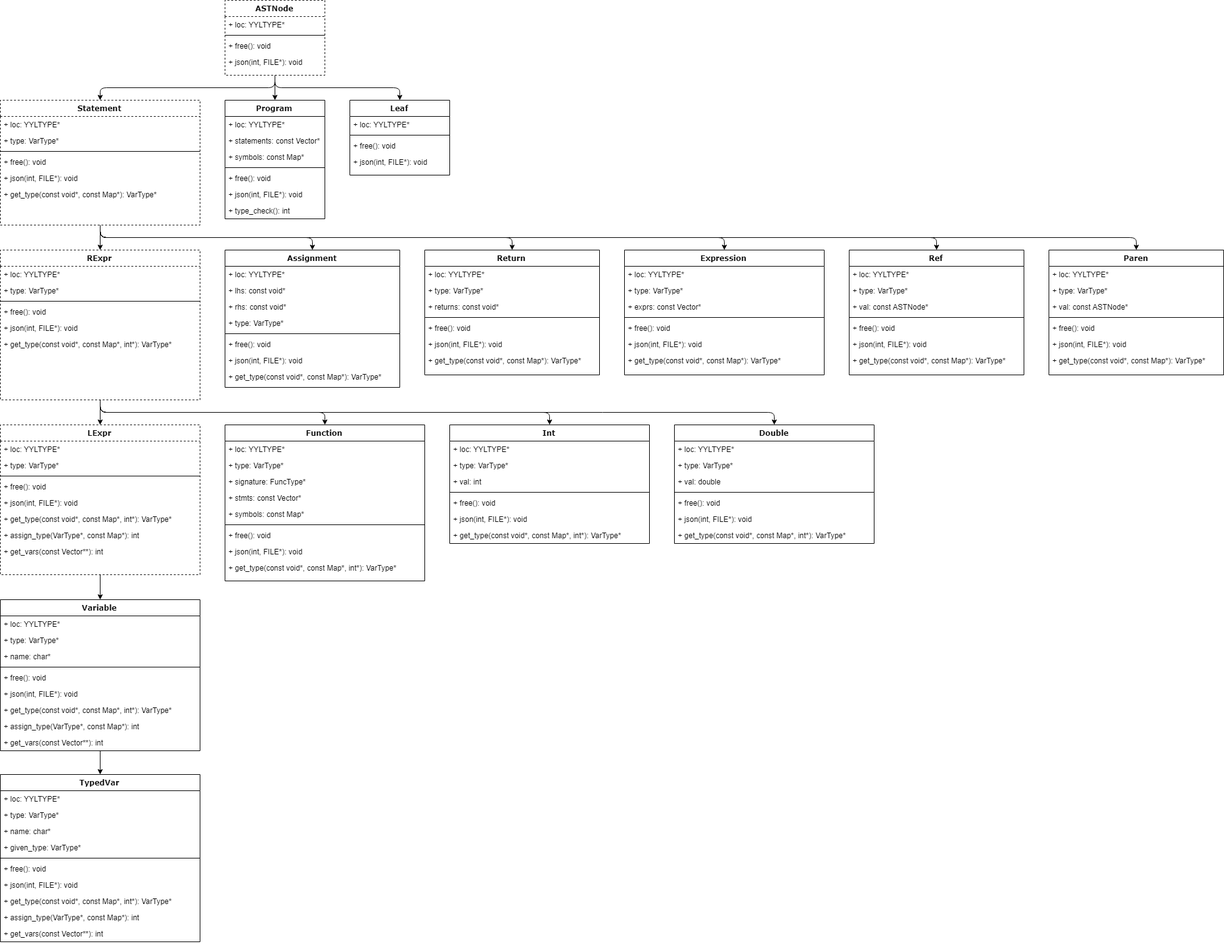
This is doc/ASTHierarchy.png from taylor-santos/Tlang, a draw.io export, as it was before one commit. Source tidied: cells renumbered, new cells last; positions are measured from the earlier drawing's top-left corner, leaving out a move shared by most shapes.
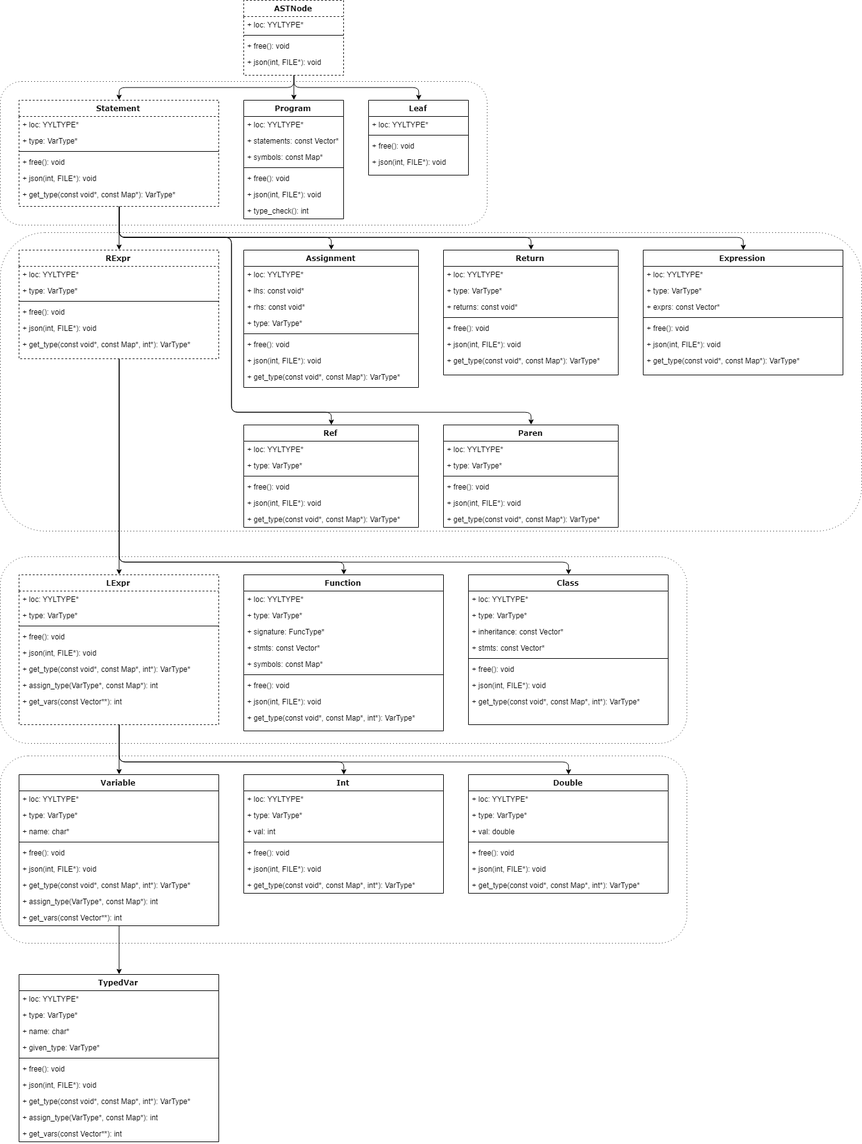
Above is the later version.

What changed in the source:
```diff
@@ -4,2 +4,8 @@
     <mxCell id="1" parent="0" />
+    <mxCell id="146" style="rounded=1;whiteSpace=wrap;html=1;fillColor=none;dashed=1;dashPattern=1 4;" parent="1" vertex="1">
+      <mxGeometry x="-30" y="891" width="1100" height="299" as="geometry" />
+    </mxCell>
+    <mxCell id="147" style="rounded=1;whiteSpace=wrap;html=1;fillColor=none;dashed=1;dashPattern=1 4;" parent="1" vertex="1">
+      <mxGeometry x="-30" y="372" width="1380" height="478" as="geometry" />
+    </mxCell>
     <mxCell id="2" style="edgeStyle=orthogonalEdgeStyle;rounded=1;jettySize=auto;html=1;exitX=0.5;exitY=1;exitDx=0;exitDy=0;entryX=0.5;entryY=0;entryDx=0;entryDy=0;" parent="1" edge="1" source="5" target="16">
@@ -32,18 +38,47 @@
     <mxCell id="11" style="edgeStyle=orthogonalEdgeStyle;rounded=1;jettySize=auto;html=1;exitX=0.5;exitY=1;exitDx=0;exitDy=0;entryX=0.5;entryY=0;entryDx=0;entryDy=0;" parent="1" edge="1" source="16" target="23">
-      <mxGeometry relative="1" as="geometry" />
+      <mxGeometry relative="1" as="geometry">
+        <Array as="points">
+          <mxPoint x="160" y="380" />
+          <mxPoint x="500" y="380" />
+        </Array>
+      </mxGeometry>
     </mxCell>
     <mxCell id="12" style="edgeStyle=orthogonalEdgeStyle;rounded=1;jettySize=auto;html=1;exitX=0.5;exitY=1;exitDx=0;exitDy=0;entryX=0.5;entryY=0;entryDx=0;entryDy=0;" parent="1" edge="1" source="16" target="107">
-      <mxGeometry relative="1" as="geometry" />
+      <mxGeometry relative="1" as="geometry">
+        <Array as="points">
+          <mxPoint x="160" y="380" />
+          <mxPoint x="820" y="380" />
+        </Array>
+      </mxGeometry>
     </mxCell>
     <mxCell id="13" style="edgeStyle=orthogonalEdgeStyle;rounded=1;jettySize=auto;html=1;exitX=0.5;exitY=1;exitDx=0;exitDy=0;" parent="1" edge="1" source="16" target="125">
-      <mxGeometry relative="1" as="geometry" />
+      <mxGeometry relative="1" as="geometry">
+        <Array as="points">
+          <mxPoint x="160" y="380" />
+          <mxPoint x="1160" y="380" />
+        </Array>
+      </mxGeometry>
     </mxCell>
     <mxCell id="14" style="edgeStyle=orthogonalEdgeStyle;rounded=1;jettySize=auto;html=1;exitX=0.5;exitY=1;exitDx=0;exitDy=0;" parent="1" edge="1" source="16" target="32">
-      <mxGeometry relative="1" as="geometry" />
+      <mxGeometry relative="1" as="geometry">
+        <Array as="points">
+          <mxPoint x="160" y="380" />
+          <mxPoint x="340" y="380" />
+          <mxPoint x="340" y="660" />
+          <mxPoint x="500" y="660" />
+        </Array>
+      </mxGeometry>
     </mxCell>
     <mxCell id="15" style="edgeStyle=orthogonalEdgeStyle;rounded=1;jettySize=auto;html=1;exitX=0.5;exitY=1;exitDx=0;exitDy=0;entryX=0.5;entryY=0;entryDx=0;entryDy=0;" parent="1" edge="1" source="16" target="138">
-      <mxGeometry relative="1" as="geometry" />
+      <mxGeometry relative="1" as="geometry">
+        <Array as="points">
+          <mxPoint x="160" y="380" />
+          <mxPoint x="340" y="380" />
+          <mxPoint x="340" y="660" />
+          <mxPoint x="820" y="660" />
+        </Array>
+      </mxGeometry>
     </mxCell>
     <mxCell id="16" value="Statement" style="swimlane;html=1;fontStyle=1;align=center;verticalAlign=top;horizontal=1;startSize=26;swimlaneFillColor=#ffffff;rounded=0;shadow=0;comic=0;labelBackgroundColor=none;strokeColor=#000000;strokeWidth=1;fillColor=none;fontFamily=Verdana;fontSize=12;fontColor=#000000;dashed=1;" parent="1" vertex="1">
-      <mxGeometry y="160" width="320" height="200" as="geometry" />
+      <mxGeometry y="160" width="320" height="170" as="geometry" />
     </mxCell>
@@ -95,3 +130,3 @@
     <mxCell id="32" value="Ref" style="swimlane;html=1;fontStyle=1;align=center;verticalAlign=top;horizontal=1;startSize=26;swimlaneFillColor=#ffffff;rounded=0;shadow=0;comic=0;labelBackgroundColor=none;strokeColor=#000000;strokeWidth=1;fillColor=none;fontFamily=Verdana;fontSize=12;fontColor=#000000;" parent="1" vertex="1">
-      <mxGeometry x="1360" y="400" width="280" height="200" as="geometry" />
+      <mxGeometry x="360" y="680" width="280" height="164" as="geometry" />
     </mxCell>
@@ -103,16 +138,13 @@
     </mxCell>
-    <mxCell id="35" value="+ val: const ASTNode*&lt;br&gt;" style="text;html=1;strokeColor=none;fillColor=none;align=left;verticalAlign=top;spacingLeft=4;spacingRight=4;whiteSpace=wrap;overflow=hidden;" parent="32" vertex="1">
-      <mxGeometry y="78" width="280" height="26" as="geometry" />
-    </mxCell>
     <mxCell id="36" style="line;html=1;strokeWidth=1;fillColor=none;align=left;verticalAlign=middle;spacingTop=-1;spacingLeft=3;spacingRight=3;labelPosition=right;" parent="32" vertex="1">
-      <mxGeometry y="104" width="280" height="8" as="geometry" />
+      <mxGeometry y="78" width="280" height="8" as="geometry" />
     </mxCell>
     <mxCell id="37" value="+ free(): void" style="text;html=1;strokeColor=none;fillColor=none;align=left;verticalAlign=top;spacingLeft=4;spacingRight=4;whiteSpace=wrap;overflow=hidden;" parent="32" vertex="1">
-      <mxGeometry y="112" width="280" height="26" as="geometry" />
+      <mxGeometry y="86" width="280" height="26" as="geometry" />
     </mxCell>
     <mxCell id="38" value="+ json(int, FILE*): void&lt;br&gt;&lt;br&gt;" style="text;html=1;strokeColor=none;fillColor=none;align=left;verticalAlign=top;spacingLeft=4;spacingRight=4;whiteSpace=wrap;overflow=hidden;" parent="32" vertex="1">
-      <mxGeometry y="138" width="280" height="26" as="geometry" />
+      <mxGeometry y="112" width="280" height="26" as="geometry" />
     </mxCell>
     <mxCell id="39" value="+ get_type(const void*, const Map*): VarType*&lt;br&gt;" style="text;html=1;strokeColor=none;fillColor=none;align=left;verticalAlign=top;spacingLeft=4;spacingRight=4;whiteSpace=wrap;overflow=hidden;" parent="32" vertex="1">
-      <mxGeometry y="164" width="280" height="26" as="geometry" />
+      <mxGeometry y="138" width="280" height="26" as="geometry" />
     </mxCell>
@@ -146,12 +178,19 @@
     <mxCell id="49" style="edgeStyle=orthogonalEdgeStyle;rounded=1;jettySize=auto;html=1;exitX=0.5;exitY=1;exitDx=0;exitDy=0;entryX=0.5;entryY=0;entryDx=0;entryDy=0;" parent="1" edge="1" source="52" target="115">
-      <mxGeometry relative="1" as="geometry" />
+      <mxGeometry relative="1" as="geometry">
+        <Array as="points">
+          <mxPoint x="160" y="900" />
+          <mxPoint x="520" y="900" />
+        </Array>
+      </mxGeometry>
     </mxCell>
-    <mxCell id="50" style="edgeStyle=orthogonalEdgeStyle;rounded=1;jettySize=auto;html=1;exitX=0.5;exitY=1;exitDx=0;exitDy=0;" parent="1" edge="1" source="52" target="91">
-      <mxGeometry relative="1" as="geometry" />
-    </mxCell>
-    <mxCell id="51" style="edgeStyle=orthogonalEdgeStyle;rounded=1;jettySize=auto;html=1;exitX=0.5;exitY=1;exitDx=0;exitDy=0;entryX=0.5;entryY=0;entryDx=0;entryDy=0;" parent="1" edge="1" source="52" target="99">
-      <mxGeometry relative="1" as="geometry" />
-    </mxCell>
+    <mxCell id="148" style="edgeStyle=orthogonalEdgeStyle;rounded=1;jettySize=auto;html=1;exitX=0.5;exitY=1;exitDx=0;exitDy=0;entryX=0.5;entryY=0;entryDx=0;entryDy=0;" parent="1" edge="1" source="52" target="151">
+      <mxGeometry relative="1" as="geometry">
+        <Array as="points">
+          <mxPoint x="160" y="900" />
+          <mxPoint x="880" y="900" />
+        </Array>
+      </mxGeometry>
+    </mxCell>
     <mxCell id="52" value="RExpr" style="swimlane;html=1;fontStyle=1;align=center;verticalAlign=top;horizontal=1;startSize=26;swimlaneFillColor=#ffffff;rounded=0;shadow=0;comic=0;labelBackgroundColor=none;strokeColor=#000000;strokeWidth=1;fillColor=none;fontFamily=Verdana;fontSize=12;fontColor=#000000;dashed=1;" parent="1" vertex="1">
-      <mxGeometry y="400" width="320" height="240" as="geometry" />
+      <mxGeometry y="400" width="320" height="174" as="geometry" />
     </mxCell>
@@ -178,4 +217,20 @@
     </mxCell>
+    <mxCell id="149" style="edgeStyle=orthogonalEdgeStyle;rounded=1;jettySize=auto;html=1;exitX=0.5;exitY=1;exitDx=0;exitDy=0;" parent="1" edge="1" source="60" target="91">
+      <mxGeometry relative="1" as="geometry">
+        <Array as="points">
+          <mxPoint x="160" y="1220" />
+          <mxPoint x="520" y="1220" />
+        </Array>
+      </mxGeometry>
+    </mxCell>
+    <mxCell id="150" style="edgeStyle=orthogonalEdgeStyle;rounded=1;jettySize=auto;html=1;exitX=0.5;exitY=1;exitDx=0;exitDy=0;" parent="1" edge="1" source="60" target="99">
+      <mxGeometry relative="1" as="geometry">
+        <Array as="points">
+          <mxPoint x="160" y="1220" />
+          <mxPoint x="880" y="1220" />
+        </Array>
+      </mxGeometry>
+    </mxCell>
     <mxCell id="60" value="LExpr" style="swimlane;html=1;fontStyle=1;align=center;verticalAlign=top;horizontal=1;startSize=26;swimlaneFillColor=#ffffff;rounded=0;shadow=0;comic=0;labelBackgroundColor=none;strokeColor=#000000;strokeWidth=1;fillColor=none;fontFamily=Verdana;fontSize=12;fontColor=#000000;dashed=1;" parent="1" vertex="1">
-      <mxGeometry y="680" width="320" height="240" as="geometry" />
+      <mxGeometry y="920" width="320" height="240" as="geometry" />
     </mxCell>
@@ -209,3 +264,3 @@
     <mxCell id="70" value="Variable" style="swimlane;html=1;fontStyle=1;align=center;verticalAlign=top;horizontal=1;startSize=26;swimlaneFillColor=#ffffff;rounded=0;shadow=0;comic=0;labelBackgroundColor=none;strokeColor=#000000;strokeWidth=1;fillColor=none;fontFamily=Verdana;fontSize=12;fontColor=#000000;" parent="1" vertex="1">
-      <mxGeometry y="960" width="320" height="242" as="geometry" />
+      <mxGeometry y="1240" width="320" height="242" as="geometry" />
     </mxCell>
@@ -239,3 +294,3 @@
     <mxCell id="80" value="TypedVar&lt;br&gt;" style="swimlane;html=1;fontStyle=1;align=center;verticalAlign=top;horizontal=1;startSize=26;swimlaneFillColor=#ffffff;rounded=0;shadow=0;comic=0;labelBackgroundColor=none;strokeColor=#000000;strokeWidth=1;fillColor=none;fontFamily=Verdana;fontSize=12;fontColor=#000000;" parent="1" vertex="1">
-      <mxGeometry y="1240" width="320" height="268" as="geometry" />
+      <mxGeometry y="1560" width="320" height="268" as="geometry" />
     </mxCell>
@@ -272,3 +327,3 @@
     <mxCell id="91" value="Int" style="swimlane;html=1;fontStyle=1;align=center;verticalAlign=top;horizontal=1;startSize=26;swimlaneFillColor=#ffffff;rounded=0;shadow=0;comic=0;labelBackgroundColor=none;strokeColor=#000000;strokeWidth=1;fillColor=none;fontFamily=Verdana;fontSize=12;fontColor=#000000;" parent="1" vertex="1">
-      <mxGeometry x="720" y="680" width="320" height="190" as="geometry" />
+      <mxGeometry x="360" y="1240" width="320" height="190" as="geometry" />
     </mxCell>
@@ -296,3 +351,3 @@
     <mxCell id="99" value="Double&lt;br&gt;" style="swimlane;html=1;fontStyle=1;align=center;verticalAlign=top;horizontal=1;startSize=26;swimlaneFillColor=#ffffff;rounded=0;shadow=0;comic=0;labelBackgroundColor=none;strokeColor=#000000;strokeWidth=1;fillColor=none;fontFamily=Verdana;fontSize=12;fontColor=#000000;" parent="1" vertex="1">
-      <mxGeometry x="1080" y="680" width="320" height="190" as="geometry" />
+      <mxGeometry x="720" y="1240" width="320" height="190" as="geometry" />
     </mxCell>
@@ -344,3 +399,3 @@
     <mxCell id="115" value="Function&lt;br&gt;" style="swimlane;html=1;fontStyle=1;align=center;verticalAlign=top;horizontal=1;startSize=26;swimlaneFillColor=#ffffff;rounded=0;shadow=0;comic=0;labelBackgroundColor=none;strokeColor=#000000;strokeWidth=1;fillColor=none;fontFamily=Verdana;fontSize=12;fontColor=#000000;" parent="1" vertex="1">
-      <mxGeometry x="360" y="680" width="320" height="250" as="geometry" />
+      <mxGeometry x="360" y="920" width="320" height="250" as="geometry" />
     </mxCell>
@@ -413,3 +468,3 @@
     <mxCell id="138" value="Paren" style="swimlane;html=1;fontStyle=1;align=center;verticalAlign=top;horizontal=1;startSize=26;swimlaneFillColor=#ffffff;rounded=0;shadow=0;comic=0;labelBackgroundColor=none;strokeColor=#000000;strokeWidth=1;fillColor=none;fontFamily=Verdana;fontSize=12;fontColor=#000000;" parent="1" vertex="1">
-      <mxGeometry x="1680" y="400" width="280" height="200" as="geometry" />
+      <mxGeometry x="680" y="680" width="280" height="164" as="geometry" />
     </mxCell>
@@ -421,17 +476,47 @@
     </mxCell>
-    <mxCell id="141" value="+ val: const ASTNode*&lt;br&gt;" style="text;html=1;strokeColor=none;fillColor=none;align=left;verticalAlign=top;spacingLeft=4;spacingRight=4;whiteSpace=wrap;overflow=hidden;" parent="138" vertex="1">
-      <mxGeometry y="78" width="280" height="26" as="geometry" />
-    </mxCell>
     <mxCell id="142" style="line;html=1;strokeWidth=1;fillColor=none;align=left;verticalAlign=middle;spacingTop=-1;spacingLeft=3;spacingRight=3;labelPosition=right;" parent="138" vertex="1">
-      <mxGeometry y="104" width="280" height="8" as="geometry" />
+      <mxGeometry y="78" width="280" height="8" as="geometry" />
     </mxCell>
     <mxCell id="143" value="+ free(): void" style="text;html=1;strokeColor=none;fillColor=none;align=left;verticalAlign=top;spacingLeft=4;spacingRight=4;whiteSpace=wrap;overflow=hidden;" parent="138" vertex="1">
-      <mxGeometry y="112" width="280" height="26" as="geometry" />
+      <mxGeometry y="86" width="280" height="26" as="geometry" />
     </mxCell>
     <mxCell id="144" value="+ json(int, FILE*): void&lt;br&gt;&lt;br&gt;" style="text;html=1;strokeColor=none;fillColor=none;align=left;verticalAlign=top;spacingLeft=4;spacingRight=4;whiteSpace=wrap;overflow=hidden;" parent="138" vertex="1">
-      <mxGeometry y="138" width="280" height="26" as="geometry" />
+      <mxGeometry y="112" width="280" height="26" as="geometry" />
     </mxCell>
     <mxCell id="145" value="+ get_type(const void*, const Map*): VarType*&lt;br&gt;" style="text;html=1;strokeColor=none;fillColor=none;align=left;verticalAlign=top;spacingLeft=4;spacingRight=4;whiteSpace=wrap;overflow=hidden;" parent="138" vertex="1">
-      <mxGeometry y="164" width="280" height="26" as="geometry" />
+      <mxGeometry y="138" width="280" height="26" as="geometry" />
     </mxCell>
+    <mxCell id="151" value="Class" style="swimlane;html=1;fontStyle=1;align=center;verticalAlign=top;horizontal=1;startSize=26;swimlaneFillColor=#ffffff;rounded=0;shadow=0;comic=0;labelBackgroundColor=none;strokeColor=#000000;strokeWidth=1;fillColor=none;fontFamily=Verdana;fontSize=12;fontColor=#000000;" parent="1" vertex="1">
+      <mxGeometry x="720" y="920" width="320" height="240" as="geometry" />
+    </mxCell>
+    <mxCell id="152" value="+ loc: YYLTYPE*" style="text;html=1;strokeColor=none;fillColor=none;align=left;verticalAlign=top;spacingLeft=4;spacingRight=4;whiteSpace=wrap;overflow=hidden;" parent="151" vertex="1">
+      <mxGeometry y="26" width="320" height="26" as="geometry" />
+    </mxCell>
+    <mxCell id="153" value="+ type: VarType*&lt;br&gt;" style="text;html=1;strokeColor=none;fillColor=none;align=left;verticalAlign=top;spacingLeft=4;spacingRight=4;whiteSpace=wrap;overflow=hidden;" parent="151" vertex="1">
+      <mxGeometry y="52" width="320" height="26" as="geometry" />
+    </mxCell>
+    <mxCell id="154" value="+ inheritance: const Vector*" style="text;html=1;strokeColor=none;fillColor=none;align=left;verticalAlign=top;spacingLeft=4;spacingRight=4;whiteSpace=wrap;overflow=hidden;" parent="151" vertex="1">
+      <mxGeometry y="78" width="320" height="26" as="geometry" />
+    </mxCell>
+    <mxCell id="155" value="+ stmts: const Vector*&lt;br&gt;" style="text;html=1;strokeColor=none;fillColor=none;align=left;verticalAlign=top;spacingLeft=4;spacingRight=4;whiteSpace=wrap;overflow=hidden;" parent="151" vertex="1">
+      <mxGeometry y="104" width="320" height="26" as="geometry" />
+    </mxCell>
+    <mxCell id="156" style="line;html=1;strokeWidth=1;fillColor=none;align=left;verticalAlign=middle;spacingTop=-1;spacingLeft=3;spacingRight=3;labelPosition=right;" parent="151" vertex="1">
+      <mxGeometry y="130" width="320" height="8" as="geometry" />
+    </mxCell>
+    <mxCell id="157" value="+ free(): void" style="text;html=1;strokeColor=none;fillColor=none;align=left;verticalAlign=top;spacingLeft=4;spacingRight=4;whiteSpace=wrap;overflow=hidden;" parent="151" vertex="1">
+      <mxGeometry y="138" width="320" height="26" as="geometry" />
+    </mxCell>
+    <mxCell id="158" value="+ json(int, FILE*): void&lt;br&gt;&lt;br&gt;" style="text;html=1;strokeColor=none;fillColor=none;align=left;verticalAlign=top;spacingLeft=4;spacingRight=4;whiteSpace=wrap;overflow=hidden;" parent="151" vertex="1">
+      <mxGeometry y="164" width="320" height="26" as="geometry" />
+    </mxCell>
+    <mxCell id="159" value="+ get_type(const void*, const Map*, int*): VarType*&lt;br&gt;" style="text;html=1;strokeColor=none;fillColor=none;align=left;verticalAlign=top;spacingLeft=4;spacingRight=4;whiteSpace=wrap;overflow=hidden;" parent="151" vertex="1">
+      <mxGeometry y="190" width="320" height="26" as="geometry" />
+    </mxCell>
+    <mxCell id="160" style="rounded=1;whiteSpace=wrap;html=1;fillColor=none;dashed=1;dashPattern=1 4;" parent="1" vertex="1">
+      <mxGeometry x="-30" y="130" width="780" height="230" as="geometry" />
+    </mxCell>
+    <mxCell id="161" style="rounded=1;whiteSpace=wrap;html=1;fillColor=none;dashed=1;dashPattern=1 4;" parent="1" vertex="1">
+      <mxGeometry x="-30" y="1210" width="1100" height="300" as="geometry" />
+    </mxCell>
   </root>
```
